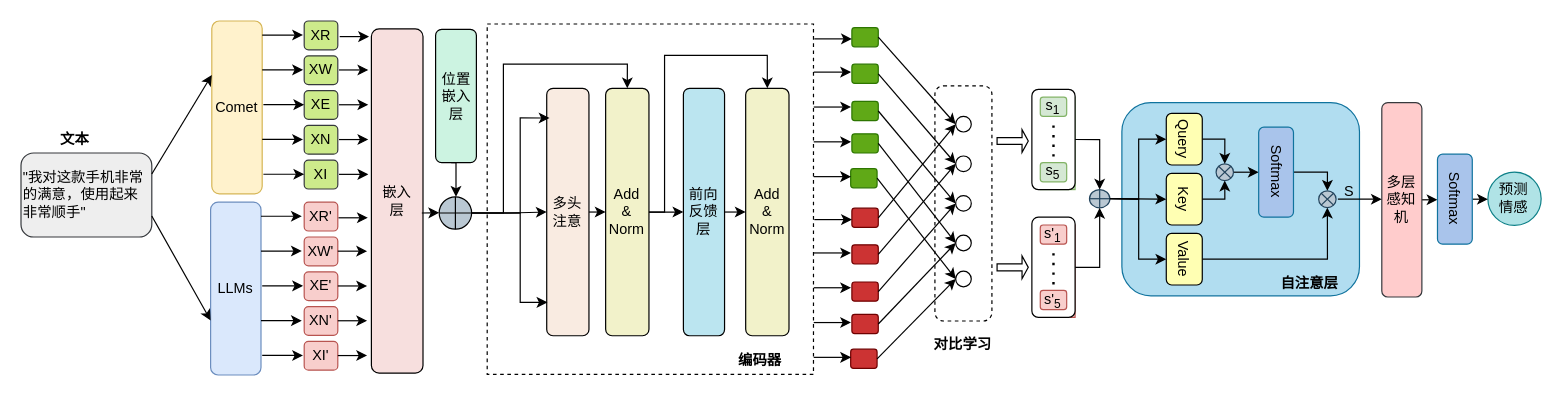
The draw.io diagram 未命名绘图.drawio in ShizhongP/dl-notes, before the edit. Source tidied: cells renumbered, new cells numbered last; positions are measured from the earlier drawing's top-left corner, leaving out a move shared by most shapes. Both pictures are drawn from the tidied source at 120%, with x=0, y=0 at pixel (20, 20).
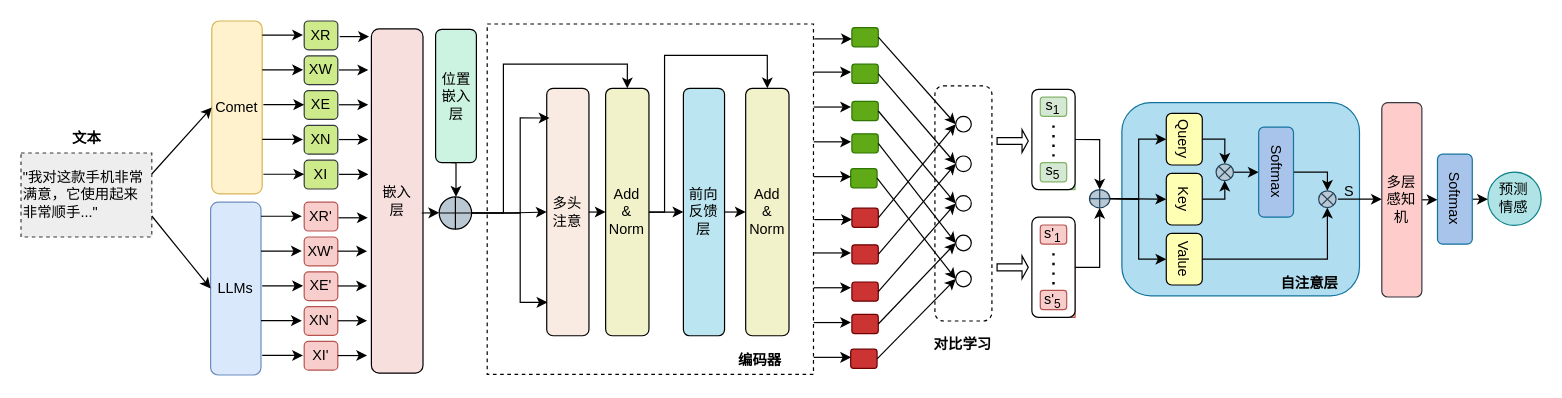
After the change.

Commit message (it also covers changes not shown here):
更新未命名绘图.drawio

Unchanged cells that the change refers to:
```xml
<mxCell id="3" value="Comet" style="rounded=1;whiteSpace=wrap;html=1;fillColor=#fff2cc;strokeColor=#d6b656;" parent="1" vertex="1">
  <mxGeometry x="159" width="42" height="144" as="geometry" />
</mxCell>
<mxCell id="5" value="LLMs" style="rounded=1;whiteSpace=wrap;html=1;fillColor=#dae8fc;strokeColor=#6c8ebf;" parent="1" vertex="1">
  <mxGeometry x="158" y="151" width="42" height="144" as="geometry" />
</mxCell>
```

What changed in the source:
```diff
@@
-    <mxCell id="2" value="&lt;div style=&quot;&quot;&gt;&quot;我对这款手机非常的满意，使用起来非常顺手&quot;&lt;/div&gt;" style="rounded=1;whiteSpace=wrap;html=1;fillColor=#eeeeee;strokeColor=#36393d;align=left;" parent="1" vertex="1">
+    <mxCell id="2" value="&lt;div style=&quot;&quot;&gt;&quot;我对这款手机非常满意，它使用起来非常顺手...&quot;&lt;/div&gt;" style="rounded=0;whiteSpace=wrap;html=1;fillColor=#eeeeee;strokeColor=#36393d;align=left;dashed=1;glass=0;shadow=0;textShadow=0;" parent="1" vertex="1">
       <mxGeometry y="110" width="109" height="70" as="geometry" />
     </mxCell>
@@
     <mxCell id="138" value="&lt;b&gt;文本&lt;/b&gt;" style="text;html=1;align=center;verticalAlign=middle;whiteSpace=wrap;rounded=0;" parent="1" vertex="1">
-      <mxGeometry x="15" y="83.8" width="60" height="30" as="geometry" />
+      <mxGeometry x="24.5" y="82.5" width="60" height="30" as="geometry" />
     </mxCell>
-    <mxCell id="139" style="endArrow=classic;html=1;rounded=0;exitX=1;exitY=0.25;exitDx=0;exitDy=0;" parent="1" edge="1" source="2">
-      <mxGeometry relative="1" as="geometry">
-        <mxPoint x="159" y="45" as="targetPoint" />
-      </mxGeometry>
+    <mxCell id="139" style="endArrow=classic;html=1;rounded=0;exitX=1;exitY=0.25;exitDx=0;exitDy=0;entryX=0;entryY=0.5;entryDx=0;entryDy=0;" parent="1" edge="1" source="2" target="3">
+      <mxGeometry relative="1" as="geometry" />
     </mxCell>
-    <mxCell id="140" style="endArrow=classic;html=1;rounded=0;exitX=1;exitY=0.75;exitDx=0;exitDy=0;entryX=0;entryY=0.684;entryDx=0;entryDy=0;entryPerimeter=0;" parent="1" edge="1" source="2" target="5">
+    <mxCell id="140" style="endArrow=classic;html=1;rounded=0;exitX=1;exitY=0.75;exitDx=0;exitDy=0;entryX=0;entryY=0.5;entryDx=0;entryDy=0;" parent="1" edge="1" source="2" target="5">
       <mxGeometry relative="1" as="geometry" />
     </mxCell>
```
